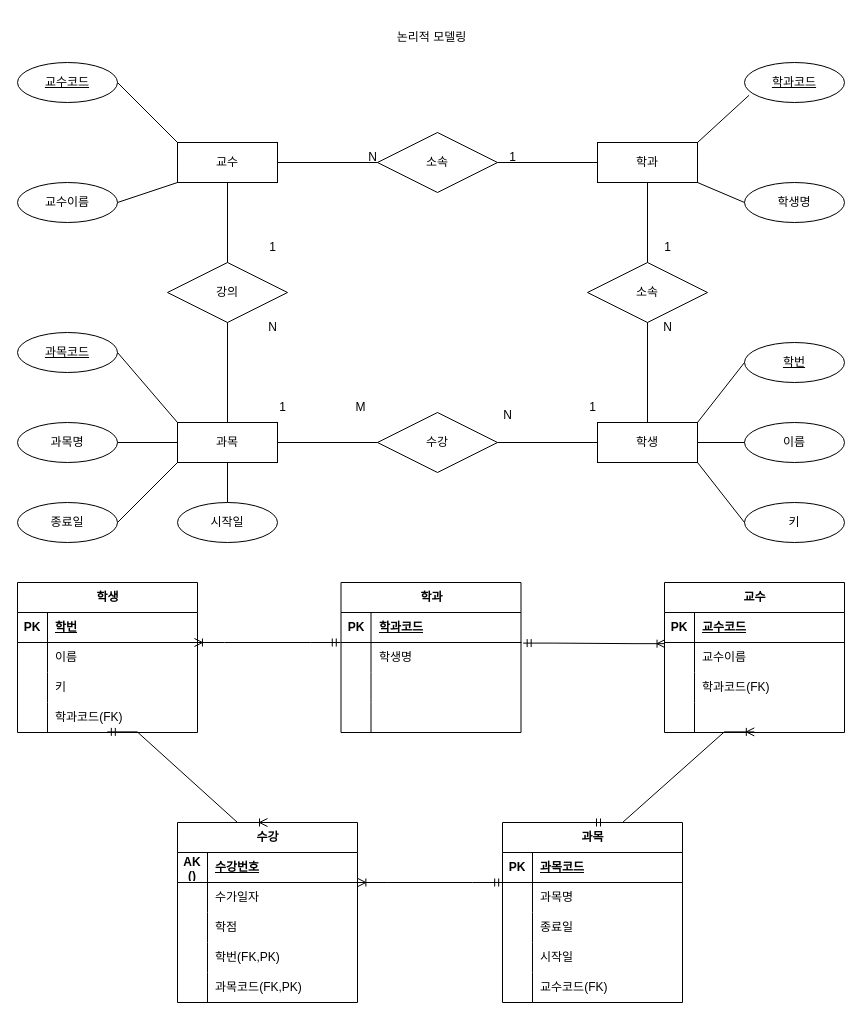
fakouho/bigdata keeps this draw.io diagram as 제목 없는 다이어그램.drawio. Above is the earlier version. Source tidied: cells renumbered, new cells numbered last; positions are measured from the earlier drawing's top-left corner, leaving out a move shared by most shapes. Both pictures are drawn from the tidied source at 100%, with x=0, y=0 at pixel (-13, 22).
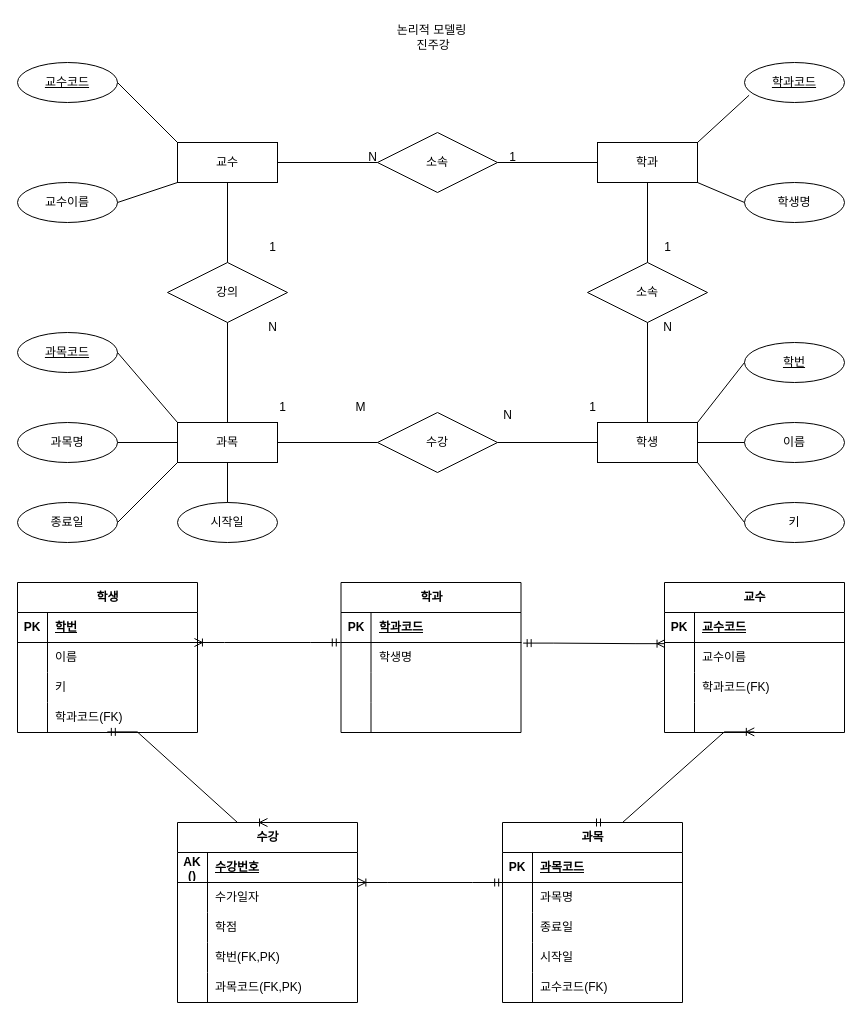
The same diagram, later.

Commit message:
논리적모델링

Change to the diagram source:
```diff
@@
-    <mxCell id="126" value="논리적 모델링" style="text;html=1;align=center;verticalAlign=middle;strokeColor=none;fillColor=none;" parent="1" vertex="1">
-      <mxGeometry x="394" width="100" height="30" as="geometry" />
+    <mxCell id="126" value="논리적 모델링&lt;br&gt;&lt;font&gt;&amp;nbsp;진주강&lt;/font&gt;" style="text;html=1;align=center;verticalAlign=middle;strokeColor=none;fillColor=none;" parent="1" vertex="1">
+      <mxGeometry x="394" y="-5" width="100" height="40" as="geometry" />
     </mxCell>
```
